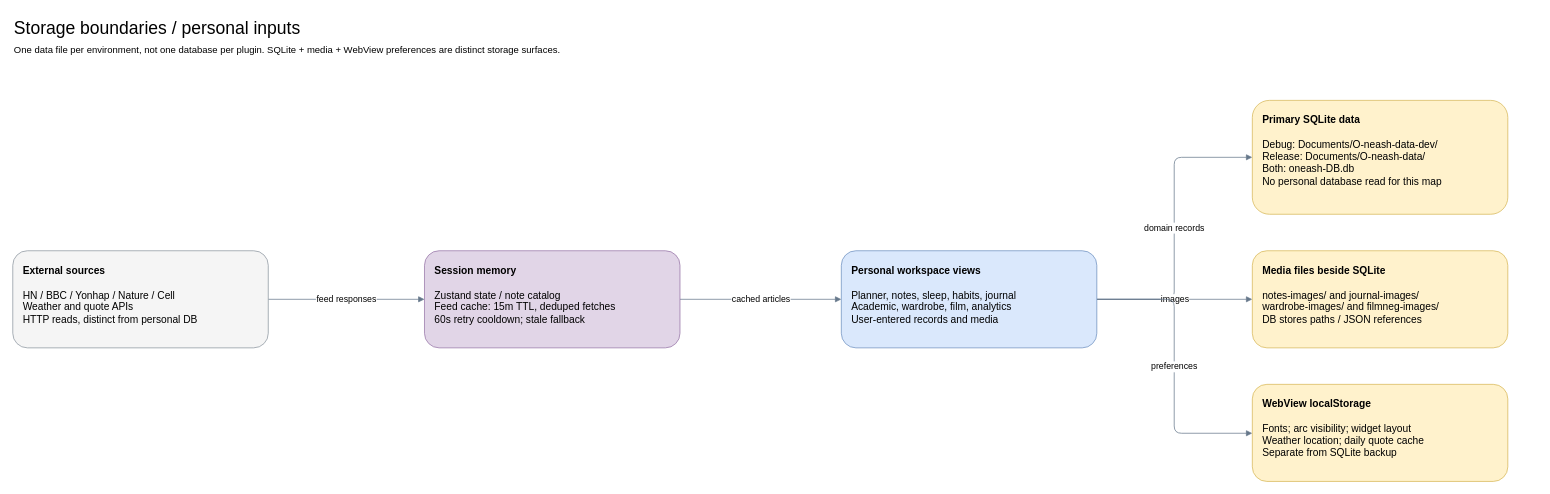
Above: page "Storage boundaries / personal inputs" (2 of 13) of docs/architecture/mycelium-architecture.drawio in xorca0711/Mycelium_OS_Opt (draw.io), before the change. Source tidied: cells renumbered, new cells numbered last; positions are measured from the earlier drawing's top-left corner, leaving out a move shared by most shapes. Both pictures are drawn from the tidied source at 73%, with x=0, y=0 at pixel (12, 12).
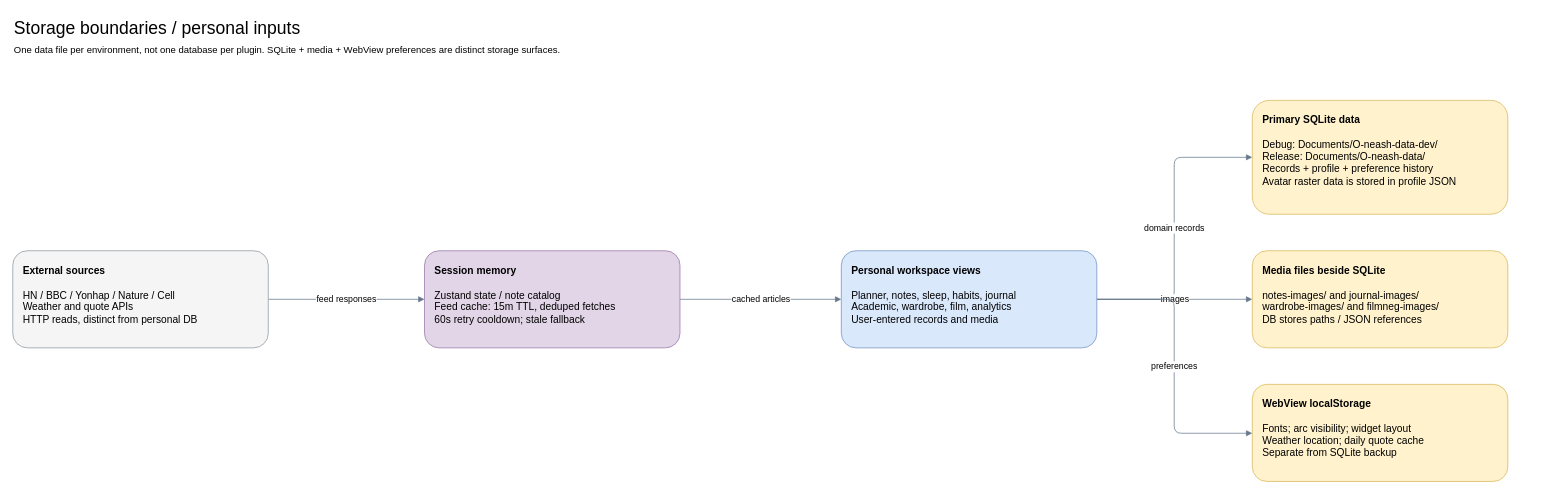
The same diagram, later.

What changed in the source:
```diff
@@
-    <mxCell id="9" value="&lt;b&gt;Primary SQLite data&lt;/b&gt;&lt;br&gt;&lt;br&gt;Debug: Documents/O-neash-data-dev/&lt;br&gt;Release: Documents/O-neash-data/&lt;br&gt;Both: oneash-DB.db&lt;br&gt;No personal database read for this map" style="rounded=1;whiteSpace=wrap;html=1;align=left;verticalAlign=top;spacing=14;fontSize=14;fillColor=#fff2cc;strokeColor=#d6b656;" parent="1" vertex="1">
+    <mxCell id="9" value="&lt;b&gt;Primary SQLite data&lt;/b&gt;&lt;br&gt;&lt;br&gt;Debug: Documents/O-neash-data-dev/&lt;br&gt;Release: Documents/O-neash-data/&lt;br&gt;Records + profile + preference history&lt;br&gt;Avatar raster data is stored in profile JSON" style="rounded=1;whiteSpace=wrap;html=1;align=left;verticalAlign=top;spacing=14;fontSize=14;fillColor=#fff2cc;strokeColor=#d6b656;" parent="1" vertex="1">
       <mxGeometry x="1698" y="120" width="350" height="156" as="geometry" />
     </mxCell>
```
